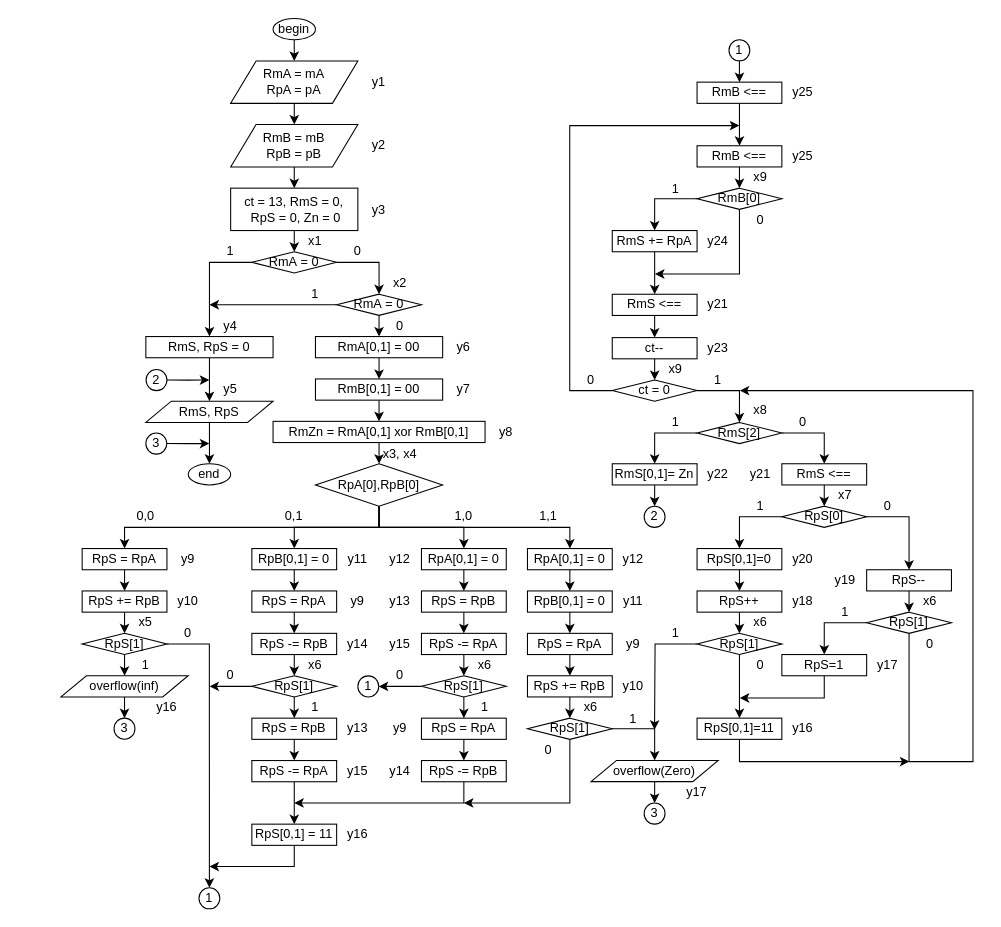
This is 5-th sem/DisigneOfDigitalMachines/AutomateFPMultModificatedDirectCode (1).drawio from jebbyk/OmSTU, a draw.io file, before an edit. Source tidied: cells renumbered, new cells numbered last; positions are measured from the earlier drawing's top-left corner, leaving out a move shared by most shapes. Both pictures are drawn from the tidied source at 106%, with x=0, y=0 at pixel (60, 18).
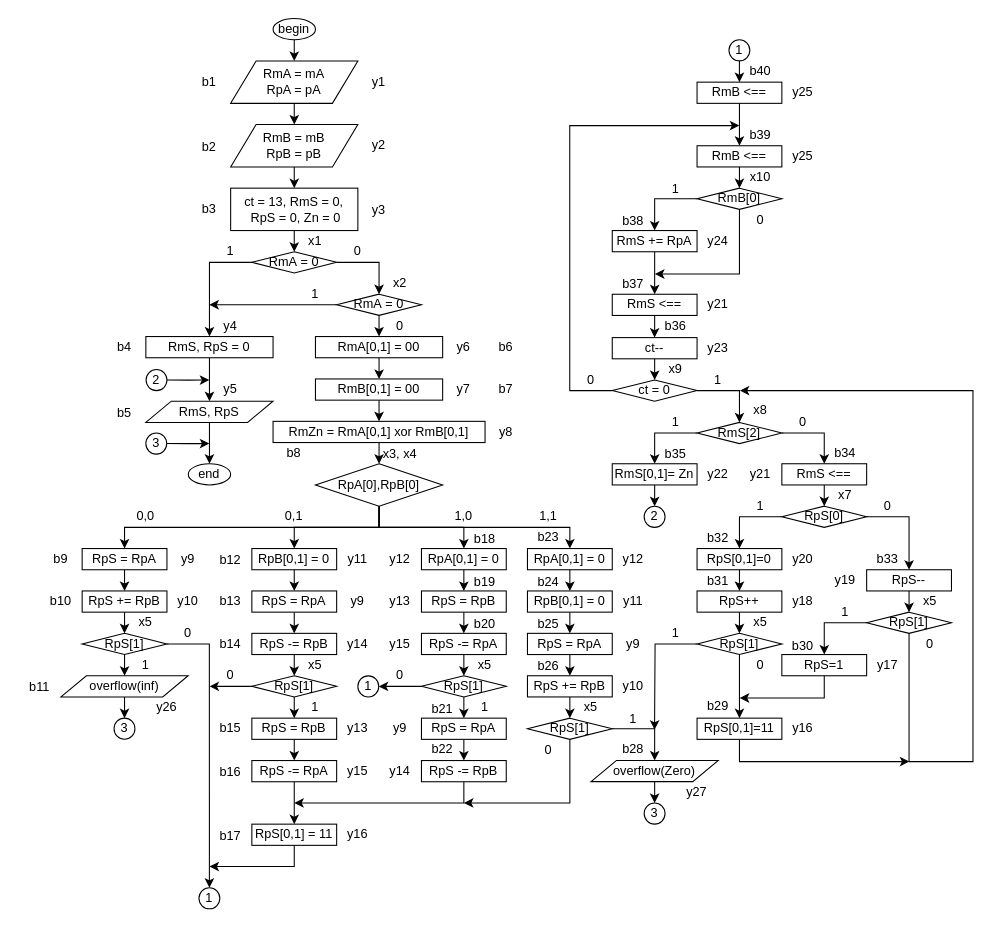
The same page after the edit.

Unchanged cells that the change refers to:
```xml
<mxCell id="13" value="RmA&amp;nbsp;= 0" style="rhombus;whiteSpace=wrap;html=1;" parent="1" vertex="1">
  <mxGeometry x="260.1" y="260" width="80" height="20" as="geometry" />
</mxCell>
```

Diff of the diagram source:
```diff
@@
     <mxCell id="12" style="edgeStyle=orthogonalEdgeStyle;rounded=0;jettySize=auto;html=1;exitX=0;exitY=0.5;exitDx=0;exitDy=0;" parent="1" edge="1" source="13">
       <mxGeometry relative="1" as="geometry">
-        <mxPoint x="140.1" y="270" as="targetPoint" />
+        <mxPoint x="140" y="270" as="targetPoint" />
       </mxGeometry>
     </mxCell>
@@
-    <mxCell id="190" value="y16" style="text;html=1;strokeColor=none;fillColor=none;align=center;verticalAlign=middle;whiteSpace=wrap;rounded=0;" parent="1" vertex="1">
+    <mxCell id="190" value="y26" style="text;html=1;strokeColor=none;fillColor=none;align=center;verticalAlign=middle;whiteSpace=wrap;rounded=0;" parent="1" vertex="1">
       <mxGeometry x="80" y="640.1" width="40" height="20" as="geometry" />
     </mxCell>
@@
-    <mxCell id="192" value="x6" style="text;html=1;strokeColor=none;fillColor=none;align=center;verticalAlign=middle;whiteSpace=wrap;rounded=0;" parent="1" vertex="1">
+    <mxCell id="192" value="x5" style="text;html=1;strokeColor=none;fillColor=none;align=center;verticalAlign=middle;whiteSpace=wrap;rounded=0;" parent="1" vertex="1">
       <mxGeometry x="220.1" y="600.1" width="40" height="20" as="geometry" />
     </mxCell>
-    <mxCell id="193" value="x6" style="text;html=1;strokeColor=none;fillColor=none;align=center;verticalAlign=middle;whiteSpace=wrap;rounded=0;" parent="1" vertex="1">
+    <mxCell id="193" value="x5" style="text;html=1;strokeColor=none;fillColor=none;align=center;verticalAlign=middle;whiteSpace=wrap;rounded=0;" parent="1" vertex="1">
       <mxGeometry x="380.1" y="600" width="40" height="20" as="geometry" />
     </mxCell>
-    <mxCell id="194" value="x6" style="text;html=1;strokeColor=none;fillColor=none;align=center;verticalAlign=middle;whiteSpace=wrap;rounded=0;" parent="1" vertex="1">
+    <mxCell id="194" value="x5" style="text;html=1;strokeColor=none;fillColor=none;align=center;verticalAlign=middle;whiteSpace=wrap;rounded=0;" parent="1" vertex="1">
       <mxGeometry x="480.1" y="639.9" width="40" height="20" as="geometry" />
     </mxCell>
-    <mxCell id="195" value="x6" style="text;html=1;strokeColor=none;fillColor=none;align=center;verticalAlign=middle;whiteSpace=wrap;rounded=0;" parent="1" vertex="1">
+    <mxCell id="195" value="x5" style="text;html=1;strokeColor=none;fillColor=none;align=center;verticalAlign=middle;whiteSpace=wrap;rounded=0;" parent="1" vertex="1">
       <mxGeometry x="640.1" y="560.1" width="40" height="20" as="geometry" />
     </mxCell>
-    <mxCell id="196" value="x6" style="text;html=1;strokeColor=none;fillColor=none;align=center;verticalAlign=middle;whiteSpace=wrap;rounded=0;" parent="1" vertex="1">
+    <mxCell id="196" value="x5" style="text;html=1;strokeColor=none;fillColor=none;align=center;verticalAlign=middle;whiteSpace=wrap;rounded=0;" parent="1" vertex="1">
       <mxGeometry x="800.1" y="540.1" width="40" height="20" as="geometry" />
     </mxCell>
-    <mxCell id="197" value="y17" style="text;html=1;strokeColor=none;fillColor=none;align=center;verticalAlign=middle;whiteSpace=wrap;rounded=0;" parent="1" vertex="1">
+    <mxCell id="197" value="y27" style="text;html=1;strokeColor=none;fillColor=none;align=center;verticalAlign=middle;whiteSpace=wrap;rounded=0;" parent="1" vertex="1">
       <mxGeometry x="580.1" y="719.3" width="40" height="20.9" as="geometry" />
     </mxCell>
@@
-    <mxCell id="212" value="x9" style="text;html=1;strokeColor=none;fillColor=none;align=center;verticalAlign=middle;whiteSpace=wrap;rounded=0;" parent="1" vertex="1">
+    <mxCell id="212" value="x10" style="text;html=1;strokeColor=none;fillColor=none;align=center;verticalAlign=middle;whiteSpace=wrap;rounded=0;" parent="1" vertex="1">
       <mxGeometry x="640.1" y="140" width="40" height="20" as="geometry" />
     </mxCell>
@@
+    <mxCell id="215" value="b1" style="text;html=1;strokeColor=none;fillColor=none;align=center;verticalAlign=middle;whiteSpace=wrap;rounded=0;" parent="1" vertex="1">
+      <mxGeometry x="120.1" y="50" width="40" height="20" as="geometry" />
+    </mxCell>
+    <mxCell id="216" value="b2" style="text;html=1;strokeColor=none;fillColor=none;align=center;verticalAlign=middle;whiteSpace=wrap;rounded=0;" parent="1" vertex="1">
+      <mxGeometry x="120.1" y="110" width="40" height="21" as="geometry" />
+    </mxCell>
+    <mxCell id="217" value="b3" style="text;html=1;strokeColor=none;fillColor=none;align=center;verticalAlign=middle;whiteSpace=wrap;rounded=0;" parent="1" vertex="1">
+      <mxGeometry x="120" y="169.5" width="40" height="21" as="geometry" />
+    </mxCell>
+    <mxCell id="218" value="b4" style="text;html=1;strokeColor=none;fillColor=none;align=center;verticalAlign=middle;whiteSpace=wrap;rounded=0;" parent="1" vertex="1">
+      <mxGeometry x="40.1" y="299.5" width="40" height="21" as="geometry" />
+    </mxCell>
+    <mxCell id="219" value="b5" style="text;html=1;strokeColor=none;fillColor=none;align=center;verticalAlign=middle;whiteSpace=wrap;rounded=0;" parent="1" vertex="1">
+      <mxGeometry x="40" y="361" width="40" height="21" as="geometry" />
+    </mxCell>
+    <mxCell id="220" value="b6" style="text;html=1;strokeColor=none;fillColor=none;align=center;verticalAlign=middle;whiteSpace=wrap;rounded=0;" parent="1" vertex="1">
+      <mxGeometry x="400.1" y="299" width="40" height="21" as="geometry" />
+    </mxCell>
+    <mxCell id="221" value="b7" style="text;html=1;strokeColor=none;fillColor=none;align=center;verticalAlign=middle;whiteSpace=wrap;rounded=0;" parent="1" vertex="1">
+      <mxGeometry x="400" y="339.5" width="40" height="21" as="geometry" />
+    </mxCell>
+    <mxCell id="222" value="b8" style="text;html=1;strokeColor=none;fillColor=none;align=center;verticalAlign=middle;whiteSpace=wrap;rounded=0;" parent="1" vertex="1">
+      <mxGeometry x="200.1" y="399" width="40" height="21" as="geometry" />
+    </mxCell>
+    <mxCell id="223" value="b9" style="text;html=1;strokeColor=none;fillColor=none;align=center;verticalAlign=middle;whiteSpace=wrap;rounded=0;" parent="1" vertex="1">
+      <mxGeometry x="-20" y="499" width="40" height="21" as="geometry" />
+    </mxCell>
+    <mxCell id="224" value="b10" style="text;html=1;strokeColor=none;fillColor=none;align=center;verticalAlign=middle;whiteSpace=wrap;rounded=0;" parent="1" vertex="1">
+      <mxGeometry x="-20" y="539" width="40" height="21" as="geometry" />
+    </mxCell>
+    <mxCell id="225" value="b11" style="text;html=1;strokeColor=none;fillColor=none;align=center;verticalAlign=middle;whiteSpace=wrap;rounded=0;" parent="1" vertex="1">
+      <mxGeometry x="-40" y="620.1" width="40" height="21" as="geometry" />
+    </mxCell>
+    <mxCell id="226" value="b12" style="text;html=1;strokeColor=none;fillColor=none;align=center;verticalAlign=middle;whiteSpace=wrap;rounded=0;" parent="1" vertex="1">
+      <mxGeometry x="140.1" y="500" width="40" height="21" as="geometry" />
+    </mxCell>
+    <mxCell id="227" value="b13" style="text;html=1;strokeColor=none;fillColor=none;align=center;verticalAlign=middle;whiteSpace=wrap;rounded=0;" parent="1" vertex="1">
+      <mxGeometry x="139.8" y="539" width="40" height="21" as="geometry" />
+    </mxCell>
+    <mxCell id="228" value="b14" style="text;html=1;strokeColor=none;fillColor=none;align=center;verticalAlign=middle;whiteSpace=wrap;rounded=0;" parent="1" vertex="1">
+      <mxGeometry x="139.8" y="579" width="40" height="21" as="geometry" />
+    </mxCell>
+    <mxCell id="229" value="b15" style="text;html=1;strokeColor=none;fillColor=none;align=center;verticalAlign=middle;whiteSpace=wrap;rounded=0;" parent="1" vertex="1">
+      <mxGeometry x="139.8" y="659.9" width="40" height="21" as="geometry" />
+    </mxCell>
+    <mxCell id="230" value="b16" style="text;html=1;strokeColor=none;fillColor=none;align=center;verticalAlign=middle;whiteSpace=wrap;rounded=0;" parent="1" vertex="1">
+      <mxGeometry x="140.1" y="700" width="40" height="21" as="geometry" />
+    </mxCell>
+    <mxCell id="231" value="b17" style="text;html=1;strokeColor=none;fillColor=none;align=center;verticalAlign=middle;whiteSpace=wrap;rounded=0;" parent="1" vertex="1">
+      <mxGeometry x="140.1" y="760" width="40" height="21" as="geometry" />
+    </mxCell>
+    <mxCell id="232" value="b18" style="text;html=1;strokeColor=none;fillColor=none;align=center;verticalAlign=middle;whiteSpace=wrap;rounded=0;" parent="1" vertex="1">
+      <mxGeometry x="380.1" y="480" width="40" height="21" as="geometry" />
+    </mxCell>
+    <mxCell id="233" value="b19" style="text;html=1;strokeColor=none;fillColor=none;align=center;verticalAlign=middle;whiteSpace=wrap;rounded=0;" parent="1" vertex="1">
+      <mxGeometry x="380.1" y="521" width="40" height="21" as="geometry" />
+    </mxCell>
+    <mxCell id="234" value="b20" style="text;html=1;strokeColor=none;fillColor=none;align=center;verticalAlign=middle;whiteSpace=wrap;rounded=0;" parent="1" vertex="1">
+      <mxGeometry x="380.1" y="560.1" width="40" height="21" as="geometry" />
+    </mxCell>
+    <mxCell id="235" value="b21" style="text;html=1;strokeColor=none;fillColor=none;align=center;verticalAlign=middle;whiteSpace=wrap;rounded=0;" parent="1" vertex="1">
+      <mxGeometry x="339.8" y="641.1" width="40" height="21" as="geometry" />
+    </mxCell>
+    <mxCell id="236" value="b22" style="text;html=1;strokeColor=none;fillColor=none;align=center;verticalAlign=middle;whiteSpace=wrap;rounded=0;" parent="1" vertex="1">
+      <mxGeometry x="339.8" y="678.9" width="40" height="21" as="geometry" />
+    </mxCell>
+    <mxCell id="237" value="b23" style="text;html=1;strokeColor=none;fillColor=none;align=center;verticalAlign=middle;whiteSpace=wrap;rounded=0;" parent="1" vertex="1">
+      <mxGeometry x="440" y="478" width="40" height="21" as="geometry" />
+    </mxCell>
+    <mxCell id="238" value="b24" style="text;html=1;strokeColor=none;fillColor=none;align=center;verticalAlign=middle;whiteSpace=wrap;rounded=0;" parent="1" vertex="1">
+      <mxGeometry x="440.1" y="521" width="40" height="21" as="geometry" />
+    </mxCell>
+    <mxCell id="239" value="b25" style="text;html=1;strokeColor=none;fillColor=none;align=center;verticalAlign=middle;whiteSpace=wrap;rounded=0;" parent="1" vertex="1">
+      <mxGeometry x="440" y="560.1" width="40" height="21" as="geometry" />
+    </mxCell>
+    <mxCell id="240" value="b26" style="text;html=1;strokeColor=none;fillColor=none;align=center;verticalAlign=middle;whiteSpace=wrap;rounded=0;" parent="1" vertex="1">
+      <mxGeometry x="440" y="600.1" width="40" height="21" as="geometry" />
+    </mxCell>
+    <mxCell id="241" value="b28" style="text;html=1;strokeColor=none;fillColor=none;align=center;verticalAlign=middle;whiteSpace=wrap;rounded=0;" parent="1" vertex="1">
+      <mxGeometry x="519.7" y="678.9" width="40" height="21" as="geometry" />
+    </mxCell>
+    <mxCell id="242" value="b29" style="text;html=1;strokeColor=none;fillColor=none;align=center;verticalAlign=middle;whiteSpace=wrap;rounded=0;" parent="1" vertex="1">
+      <mxGeometry x="600.1" y="638.9" width="40" height="21" as="geometry" />
+    </mxCell>
+    <mxCell id="243" value="b30" style="text;html=1;strokeColor=none;fillColor=none;align=center;verticalAlign=middle;whiteSpace=wrap;rounded=0;" parent="1" vertex="1">
+      <mxGeometry x="680.1" y="581.1" width="40" height="21" as="geometry" />
+    </mxCell>
+    <mxCell id="244" value="b31" style="text;html=1;strokeColor=none;fillColor=none;align=center;verticalAlign=middle;whiteSpace=wrap;rounded=0;" parent="1" vertex="1">
+      <mxGeometry x="599.7" y="520" width="40" height="21" as="geometry" />
+    </mxCell>
+    <mxCell id="245" value="b32" style="text;html=1;strokeColor=none;fillColor=none;align=center;verticalAlign=middle;whiteSpace=wrap;rounded=0;" parent="1" vertex="1">
+      <mxGeometry x="600.1" y="479" width="40" height="21" as="geometry" />
+    </mxCell>
+    <mxCell id="246" value="b33" style="text;html=1;strokeColor=none;fillColor=none;align=center;verticalAlign=middle;whiteSpace=wrap;rounded=0;" parent="1" vertex="1">
+      <mxGeometry x="760.1" y="499" width="40" height="21" as="geometry" />
+    </mxCell>
+    <mxCell id="247" value="b34" style="text;html=1;strokeColor=none;fillColor=none;align=center;verticalAlign=middle;whiteSpace=wrap;rounded=0;" parent="1" vertex="1">
+      <mxGeometry x="720.1" y="399" width="40" height="21" as="geometry" />
+    </mxCell>
+    <mxCell id="248" value="b35" style="text;html=1;strokeColor=none;fillColor=none;align=center;verticalAlign=middle;whiteSpace=wrap;rounded=0;" parent="1" vertex="1">
+      <mxGeometry x="559.7" y="400" width="40" height="21" as="geometry" />
+    </mxCell>
+    <mxCell id="249" value="b36" style="text;html=1;strokeColor=none;fillColor=none;align=center;verticalAlign=middle;whiteSpace=wrap;rounded=0;" parent="1" vertex="1">
+      <mxGeometry x="559.7" y="279" width="40" height="21" as="geometry" />
+    </mxCell>
+    <mxCell id="250" value="b37" style="text;html=1;strokeColor=none;fillColor=none;align=center;verticalAlign=middle;whiteSpace=wrap;rounded=0;" parent="1" vertex="1">
+      <mxGeometry x="520.1" y="240.1" width="40" height="21" as="geometry" />
+    </mxCell>
+    <mxCell id="251" value="b38" style="text;html=1;strokeColor=none;fillColor=none;align=center;verticalAlign=middle;whiteSpace=wrap;rounded=0;" parent="1" vertex="1">
+      <mxGeometry x="520.1" y="180" width="40" height="21" as="geometry" />
+    </mxCell>
+    <mxCell id="252" value="b39" style="text;html=1;strokeColor=none;fillColor=none;align=center;verticalAlign=middle;whiteSpace=wrap;rounded=0;" parent="1" vertex="1">
+      <mxGeometry x="640.1" y="99" width="40" height="21" as="geometry" />
+    </mxCell>
+    <mxCell id="253" value="b40" style="text;html=1;strokeColor=none;fillColor=none;align=center;verticalAlign=middle;whiteSpace=wrap;rounded=0;" parent="1" vertex="1">
+      <mxGeometry x="639.7" y="39" width="40" height="21" as="geometry" />
+    </mxCell>
```
